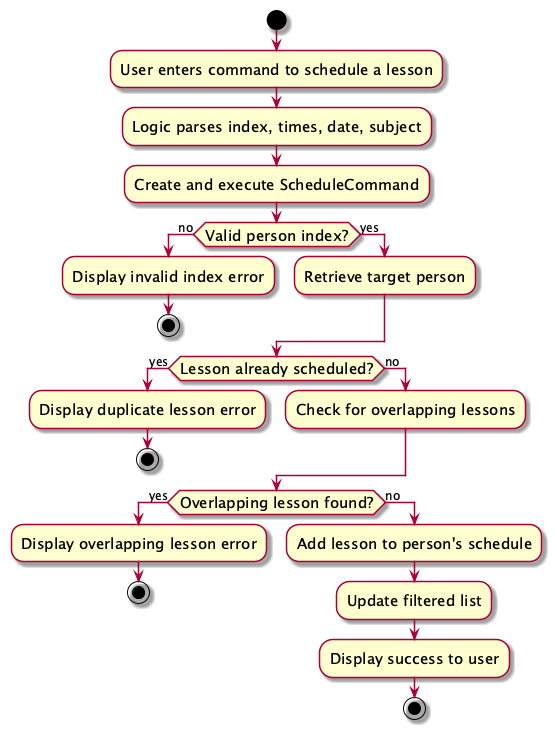
Earlier version of the PlantUML export docs/images/ScheduleCommandActivityDiagram.png (tonyvict/tp).
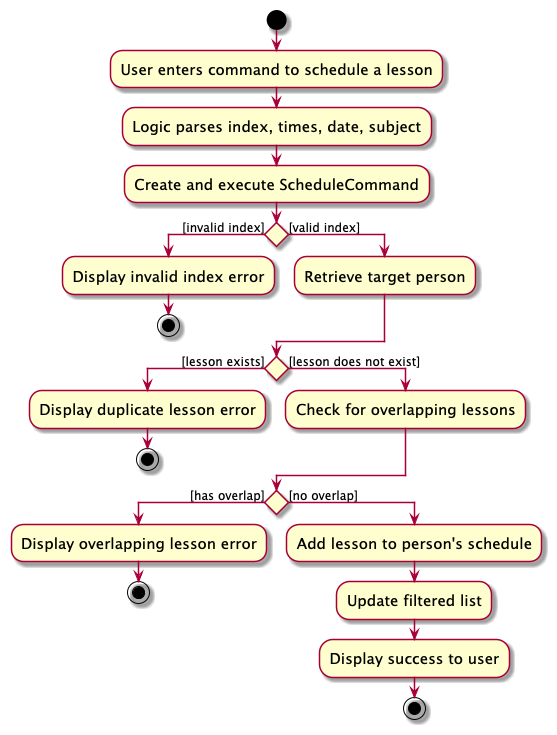
The same diagram one commit later.

Commit message:
Update activity diagrams

The edit, as a diff of the source:
```diff
@@ -6,22 +6,22 @@
 :User enters command to schedule a lesson;
 :Logic parses index, times, date, subject;
 :Create and execute ScheduleCommand;
-if (Valid person index?) then (no)
+if () then ([invalid index])
   :Display invalid index error;
   stop
-else (yes)
+else ([valid index])
   :Retrieve target person;
 endif
-if (Lesson already scheduled?) then (yes)
+if () then ([lesson exists])
   :Display duplicate lesson error;
   stop
-else (no)
+else ([lesson does not exist])
   :Check for overlapping lessons;
 endif
-if (Overlapping lesson found?) then (yes)
+if () then ([has overlap])
   :Display overlapping lesson error;
   stop
-else (no)
+else ([no overlap])
   :Add lesson to person's schedule;
   :Update filtered list;
   :Display success to user;
```
